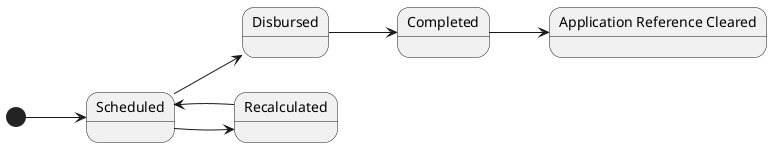
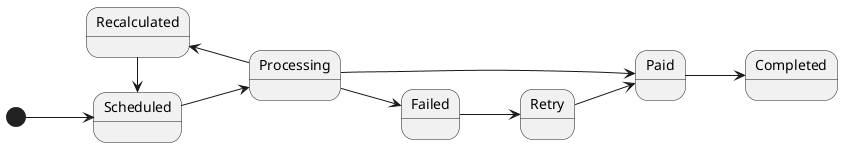
@startuml
left to right direction

- state "Application Reference Cleared" as ApplicationReferenceCleared
- 
[*] --> Scheduled

- Scheduled --> Disbursed
+ Scheduled --> Processing

- Scheduled --> Recalculated
+ Processing --> Recalculated

- Recalculated --> Scheduled
+ Recalculated -> Scheduled

- Disbursed --> Completed
+ Processing --> Paid

- Completed --> ApplicationReferenceCleared
+ Processing --> Failed

- @enduml
+ Failed --> Retry
+ 
+ Retry --> Paid
+ 
+ Paid --> Completed
+ 
+ @enduml